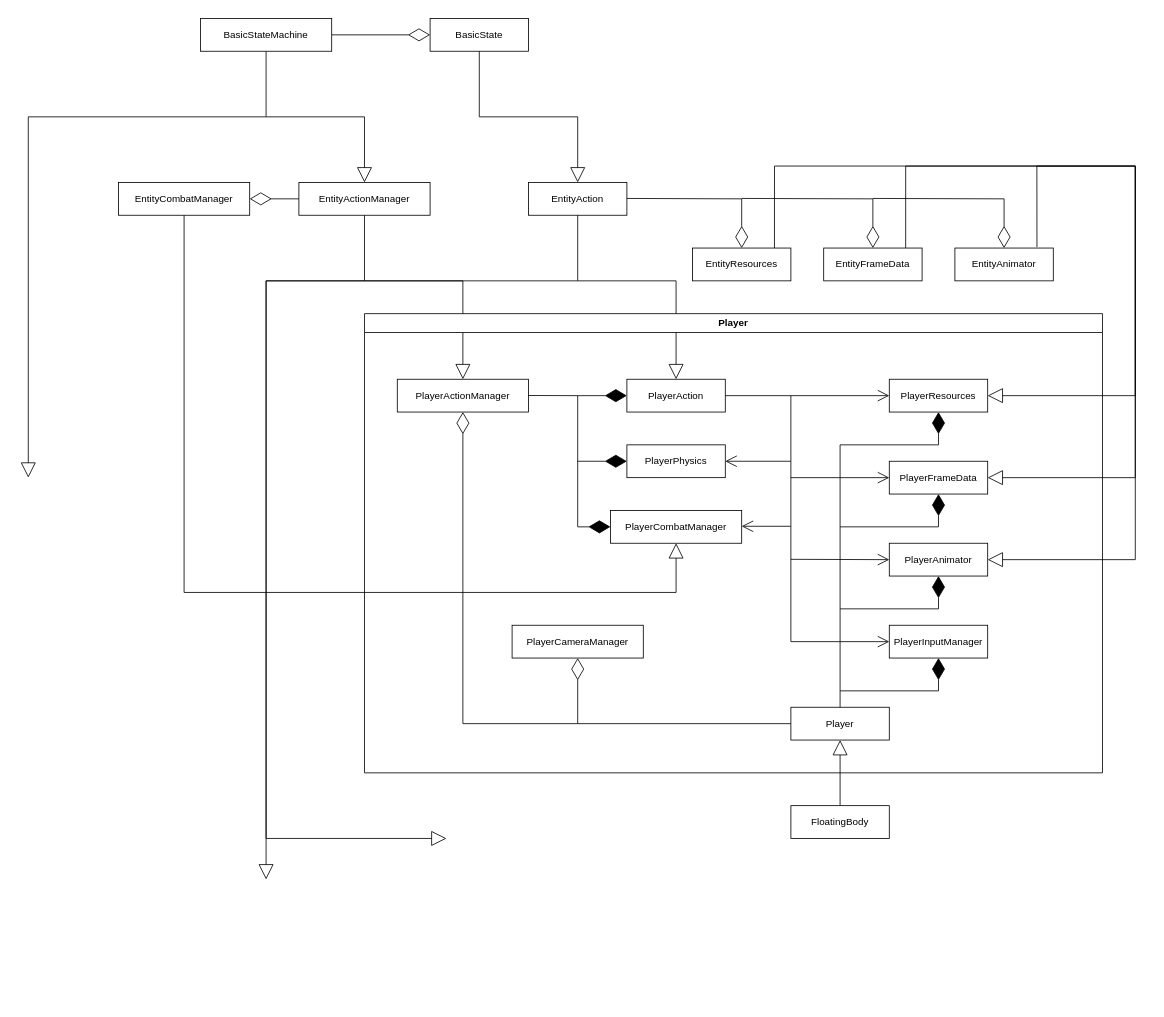
Divine-Comedy-Studios/Project-Polearm keeps this draw.io diagram as ClassHierarchy.drawio. Above is the earlier version. Source tidied: cells renumbered, new cells numbered last; positions are measured from the earlier drawing's top-left corner, leaving out a move shared by most shapes. Both pictures are drawn from the tidied source at 82%, with x=0, y=0 at pixel (28, 18).
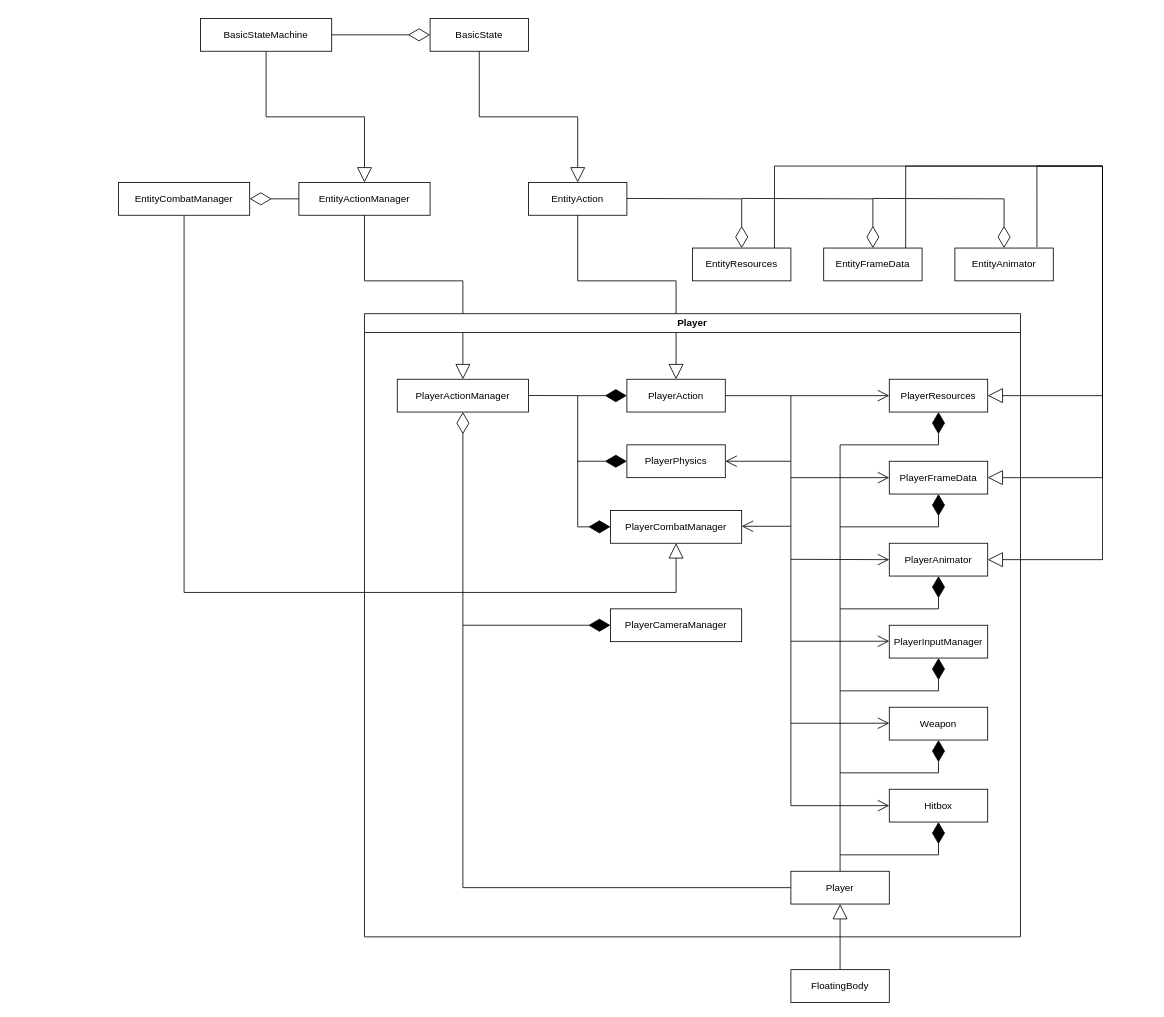
After the change.

The change refers to these unchanged cells:
```xml
<mxCell id="11" value="PlayerActionManager" style="html=1;whiteSpace=wrap;" parent="1" vertex="1">
  <mxGeometry x="450" y="440" width="160" height="40" as="geometry" />
</mxCell>
<mxCell id="18" value="PlayerAnimator" style="html=1;whiteSpace=wrap;" parent="14" vertex="1">
  <mxGeometry x="640" y="280" width="120" height="40" as="geometry" />
</mxCell>
<mxCell id="20" value="PlayerFrameData" style="html=1;whiteSpace=wrap;" parent="14" vertex="1">
  <mxGeometry x="640" y="180" width="120" height="40" as="geometry" />
</mxCell>
<mxCell id="21" value="PlayerInputManager" style="html=1;whiteSpace=wrap;" parent="14" vertex="1">
  <mxGeometry x="640" y="380" width="120" height="40" as="geometry" />
</mxCell>
<mxCell id="23" value="PlayerAction" style="html=1;whiteSpace=wrap;" parent="14" vertex="1">
  <mxGeometry x="320" y="80" width="120" height="40" as="geometry" />
</mxCell>
<mxCell id="25" value="PlayerResources" style="html=1;whiteSpace=wrap;" parent="14" vertex="1">
  <mxGeometry x="640" y="80" width="120" height="40" as="geometry" />
</mxCell>
<mxCell id="41" value="EntityAnimator" style="html=1;whiteSpace=wrap;" parent="1" vertex="1">
  <mxGeometry x="1130" y="280" width="120" height="40" as="geometry" />
</mxCell>
<mxCell id="42" value="EntityFrameData" style="html=1;whiteSpace=wrap;" parent="1" vertex="1">
  <mxGeometry x="970" y="280" width="120" height="40" as="geometry" />
</mxCell>
<mxCell id="43" value="EntityResources" style="html=1;whiteSpace=wrap;" parent="1" vertex="1">
  <mxGeometry x="810" y="280" width="120" height="40" as="geometry" />
</mxCell>
```

Change to the diagram source:
```diff
@@
-    <mxCell id="13" style="endArrow=block;endSize=16;endFill=0;html=1;rounded=0;" parent="1" edge="1">
-      <mxGeometry relative="1" as="geometry">
-        <mxPoint x="410" y="320" as="sourcePoint" />
-        <mxPoint x="290" y="1050" as="targetPoint" />
-        <Array as="points">
-          <mxPoint x="290" y="320" />
-        </Array>
-      </mxGeometry>
-    </mxCell>
     <mxCell id="14" value="Player" style="swimlane;whiteSpace=wrap;html=1;" parent="1" vertex="1">
-      <mxGeometry x="410" y="360" width="900" height="560" as="geometry" />
+      <mxGeometry x="410" y="360" width="800" height="760" as="geometry" />
     </mxCell>
-    <mxCell id="15" value="Player" style="html=1;whiteSpace=wrap;" parent="14" vertex="1">
-      <mxGeometry x="520" y="480" width="120" height="40" as="geometry" />
-    </mxCell>
@@
     <mxCell id="27" value="PlayerCameraManager" style="html=1;whiteSpace=wrap;" parent="14" vertex="1">
-      <mxGeometry x="180" y="380" width="160" height="40" as="geometry" />
+      <mxGeometry x="300" y="360" width="160" height="40" as="geometry" />
     </mxCell>
@@
-    <mxCell id="29" style="endArrow=diamondThin;endFill=0;endSize=24;html=1;rounded=0;entryX=0.5;entryY=1;entryDx=0;entryDy=0;" parent="14" edge="1" target="27">
+    <mxCell id="29" style="endArrow=diamondThin;endFill=1;endSize=24;html=1;rounded=0;entryX=0;entryY=0.5;entryDx=0;entryDy=0;" parent="14" edge="1" target="27">
       <mxGeometry relative="1" as="geometry">
-        <mxPoint x="260" y="500" as="sourcePoint" />
+        <mxPoint x="120" y="380" as="sourcePoint" />
       </mxGeometry>
     </mxCell>
-    <mxCell id="30" style="endArrow=open;endFill=1;endSize=12;html=1;rounded=0;exitX=1;exitY=0.5;exitDx=0;exitDy=0;entryX=0;entryY=0.5;entryDx=0;entryDy=0;" parent="14" edge="1" source="23" target="21">
-      <mxGeometry relative="1" as="geometry">
-        <Array as="points">
-          <mxPoint x="520" y="100" />
-          <mxPoint x="520" y="400" />
-        </Array>
-      </mxGeometry>
-    </mxCell>
@@
-    <mxCell id="32" style="endArrow=diamondThin;endFill=1;endSize=24;html=1;rounded=0;entryX=0.5;entryY=1;entryDx=0;entryDy=0;exitX=0.5;exitY=0;exitDx=0;exitDy=0;" parent="14" edge="1" target="21">
+    <mxCell id="32" style="endArrow=diamondThin;endFill=1;endSize=24;html=1;rounded=0;entryX=0.5;entryY=1;entryDx=0;entryDy=0;" parent="14" edge="1" target="21">
       <mxGeometry relative="1" as="geometry">
-        <mxPoint x="580" y="480" as="sourcePoint" />
+        <mxPoint x="580" y="560" as="sourcePoint" />
         <Array as="points">
           <mxPoint x="580" y="460" />
           <mxPoint x="700" y="460" />
         </Array>
       </mxGeometry>
     </mxCell>
@@
-    <mxCell id="35" style="endArrow=block;endSize=16;endFill=0;html=1;rounded=0;entryX=0.5;entryY=1;entryDx=0;entryDy=0;exitX=0.5;exitY=0;exitDx=0;exitDy=0;" parent="1" edge="1" source="36" target="15">
-      <mxGeometry relative="1" as="geometry" />
-    </mxCell>
-    <mxCell id="36" value="FloatingBody" style="html=1;whiteSpace=wrap;" parent="1" vertex="1">
-      <mxGeometry x="930" y="960" width="120" height="40" as="geometry" />
-    </mxCell>
+    <mxCell id="55" value="Weapon" style="html=1;whiteSpace=wrap;" parent="14" vertex="1">
+      <mxGeometry x="640" y="480" width="120" height="40" as="geometry" />
+    </mxCell>
+    <mxCell id="56" style="endArrow=diamondThin;endFill=1;endSize=24;html=1;rounded=0;entryX=0.5;entryY=1;entryDx=0;entryDy=0;" parent="14" edge="1" target="55">
+      <mxGeometry relative="1" as="geometry">
+        <mxPoint x="580" y="660" as="sourcePoint" />
+        <Array as="points">
+          <mxPoint x="580" y="560" />
+          <mxPoint x="700" y="560" />
+        </Array>
+      </mxGeometry>
+    </mxCell>
+    <mxCell id="57" style="endArrow=open;endFill=1;endSize=12;html=1;rounded=0;entryX=0;entryY=0.5;entryDx=0;entryDy=0;" parent="14" edge="1">
+      <mxGeometry relative="1" as="geometry">
+        <mxPoint x="520" y="399.5" as="sourcePoint" />
+        <mxPoint x="640" y="399.5" as="targetPoint" />
+      </mxGeometry>
+    </mxCell>
+    <mxCell id="58" style="endArrow=open;endFill=1;endSize=12;html=1;rounded=0;entryX=0;entryY=0.5;entryDx=0;entryDy=0;" parent="14" edge="1">
+      <mxGeometry relative="1" as="geometry">
+        <mxPoint x="520" y="499.5" as="sourcePoint" />
+        <mxPoint x="640" y="499.5" as="targetPoint" />
+      </mxGeometry>
+    </mxCell>
     <mxCell id="37" style="endArrow=diamondThin;endFill=0;endSize=24;html=1;rounded=0;entryX=0.5;entryY=1;entryDx=0;entryDy=0;exitX=0;exitY=0.5;exitDx=0;exitDy=0;" parent="1" edge="1" source="15" target="11">
       <mxGeometry relative="1" as="geometry">
         <Array as="points">
-          <mxPoint x="530" y="860" />
+          <mxPoint x="530" y="1060" />
         </Array>
       </mxGeometry>
     </mxCell>
-    <mxCell id="38" style="endArrow=block;endSize=16;endFill=0;html=1;rounded=0;" parent="1" edge="1">
-      <mxGeometry relative="1" as="geometry">
-        <mxPoint x="290" y="120" as="sourcePoint" />
-        <mxPoint y="560" as="targetPoint" />
-        <Array as="points">
-          <mxPoint y="120" />
-        </Array>
-      </mxGeometry>
-    </mxCell>
@@
     <mxCell id="49" style="endArrow=block;endSize=16;endFill=0;html=1;rounded=0;exitX=0.833;exitY=0;exitDx=0;exitDy=0;entryX=1;entryY=0.5;entryDx=0;entryDy=0;exitPerimeter=0;" parent="1" edge="1" source="43" target="25">
       <mxGeometry relative="1" as="geometry">
         <Array as="points">
           <mxPoint x="910" y="180" />
-          <mxPoint x="1350" y="180" />
-          <mxPoint x="1350" y="460" />
+          <mxPoint x="1310" y="180" />
+          <mxPoint x="1310" y="460" />
         </Array>
       </mxGeometry>
     </mxCell>
     <mxCell id="50" style="endArrow=block;endSize=16;endFill=0;html=1;rounded=0;exitX=0.833;exitY=0;exitDx=0;exitDy=0;entryX=1;entryY=0.5;entryDx=0;entryDy=0;exitPerimeter=0;" parent="1" edge="1" source="42" target="20">
       <mxGeometry relative="1" as="geometry">
         <Array as="points">
           <mxPoint x="1070" y="180" />
-          <mxPoint x="1350" y="180" />
-          <mxPoint x="1350" y="560" />
+          <mxPoint x="1310" y="180" />
+          <mxPoint x="1310" y="560" />
         </Array>
       </mxGeometry>
     </mxCell>
     <mxCell id="51" style="endArrow=block;endSize=16;endFill=0;html=1;rounded=0;entryX=1;entryY=0.5;entryDx=0;entryDy=0;exitX=0.834;exitY=-0.03;exitDx=0;exitDy=0;exitPerimeter=0;" parent="1" edge="1" source="41" target="18">
       <mxGeometry relative="1" as="geometry">
         <Array as="points">
           <mxPoint x="1230" y="180" />
-          <mxPoint x="1350" y="180" />
-          <mxPoint x="1350" y="660" />
+          <mxPoint x="1310" y="180" />
+          <mxPoint x="1310" y="660" />
         </Array>
       </mxGeometry>
     </mxCell>
@@
-    <mxCell id="54" style="endArrow=block;endSize=16;endFill=0;html=1;rounded=0;" parent="1" edge="1">
-      <mxGeometry relative="1" as="geometry">
-        <mxPoint x="670" y="320" as="sourcePoint" />
-        <mxPoint x="510" y="1000" as="targetPoint" />
-        <Array as="points">
-          <mxPoint x="290" y="320" />
-          <mxPoint x="290" y="1000" />
-        </Array>
-      </mxGeometry>
-    </mxCell>
+    <mxCell id="36" value="FloatingBody" style="html=1;whiteSpace=wrap;" parent="1" vertex="1">
+      <mxGeometry x="930" y="1160" width="120" height="40" as="geometry" />
+    </mxCell>
+    <mxCell id="15" value="Player" style="html=1;whiteSpace=wrap;" parent="1" vertex="1">
+      <mxGeometry x="930" y="1040" width="120" height="40" as="geometry" />
+    </mxCell>
+    <mxCell id="35" style="endArrow=block;endSize=16;endFill=0;html=1;rounded=0;entryX=0.5;entryY=1;entryDx=0;entryDy=0;exitX=0.5;exitY=0;exitDx=0;exitDy=0;" parent="1" edge="1" source="36" target="15">
+      <mxGeometry relative="1" as="geometry" />
+    </mxCell>
+    <mxCell id="59" value="Hitbox" style="html=1;whiteSpace=wrap;" parent="1" vertex="1">
+      <mxGeometry x="1050" y="940" width="120" height="40" as="geometry" />
+    </mxCell>
+    <mxCell id="60" style="endArrow=diamondThin;endFill=1;endSize=24;html=1;rounded=0;entryX=0.5;entryY=1;entryDx=0;entryDy=0;exitX=0.5;exitY=0;exitDx=0;exitDy=0;" parent="1" edge="1" target="59">
+      <mxGeometry relative="1" as="geometry">
+        <mxPoint x="990" y="1040" as="sourcePoint" />
+        <Array as="points">
+          <mxPoint x="990" y="1020" />
+          <mxPoint x="1110" y="1020" />
+        </Array>
+      </mxGeometry>
+    </mxCell>
+    <mxCell id="30" style="endArrow=open;endFill=1;endSize=12;html=1;rounded=0;exitX=1;exitY=0.5;exitDx=0;exitDy=0;entryX=0;entryY=0.5;entryDx=0;entryDy=0;" parent="1" edge="1" source="23" target="59">
+      <mxGeometry relative="1" as="geometry">
+        <Array as="points">
+          <mxPoint x="930" y="460" />
+          <mxPoint x="930" y="960" />
+        </Array>
+      </mxGeometry>
+    </mxCell>
```
